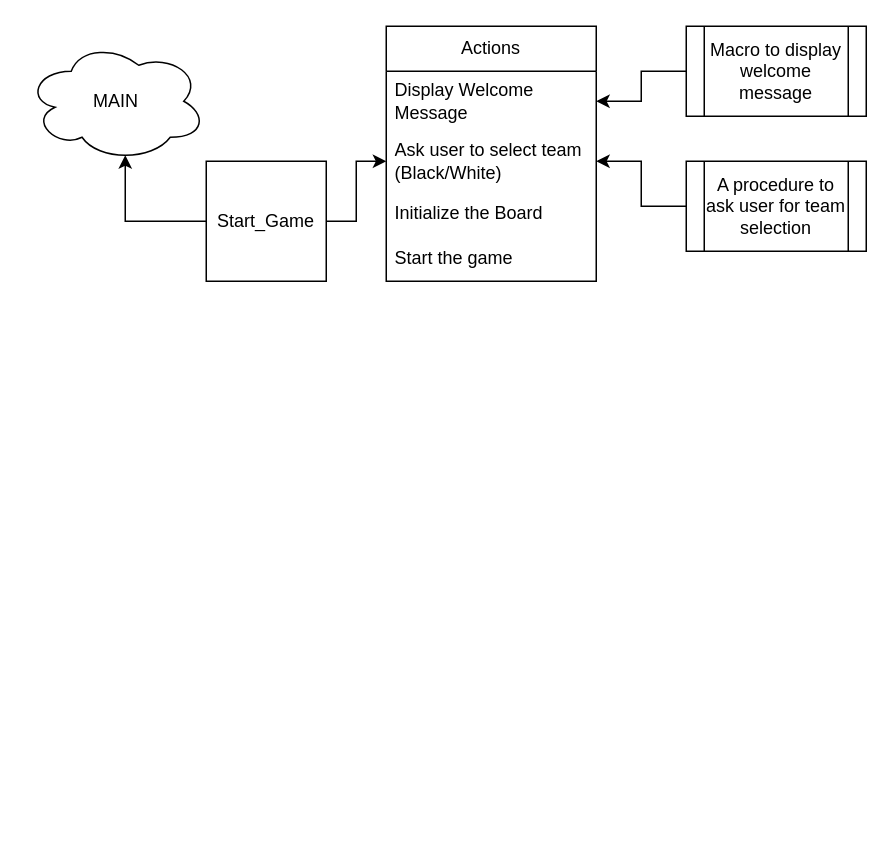
This is chess/Flow-Diagram.drawio from TalhaProgrammer92/Assembly-8086, a draw.io file, before an edit. Source tidied: cells renumbered, new cells numbered last; positions are measured from the earlier drawing's top-left corner, leaving out a move shared by most shapes. Both pictures are drawn from the tidied source at 150%, with x=0, y=0 at pixel (26, 26).
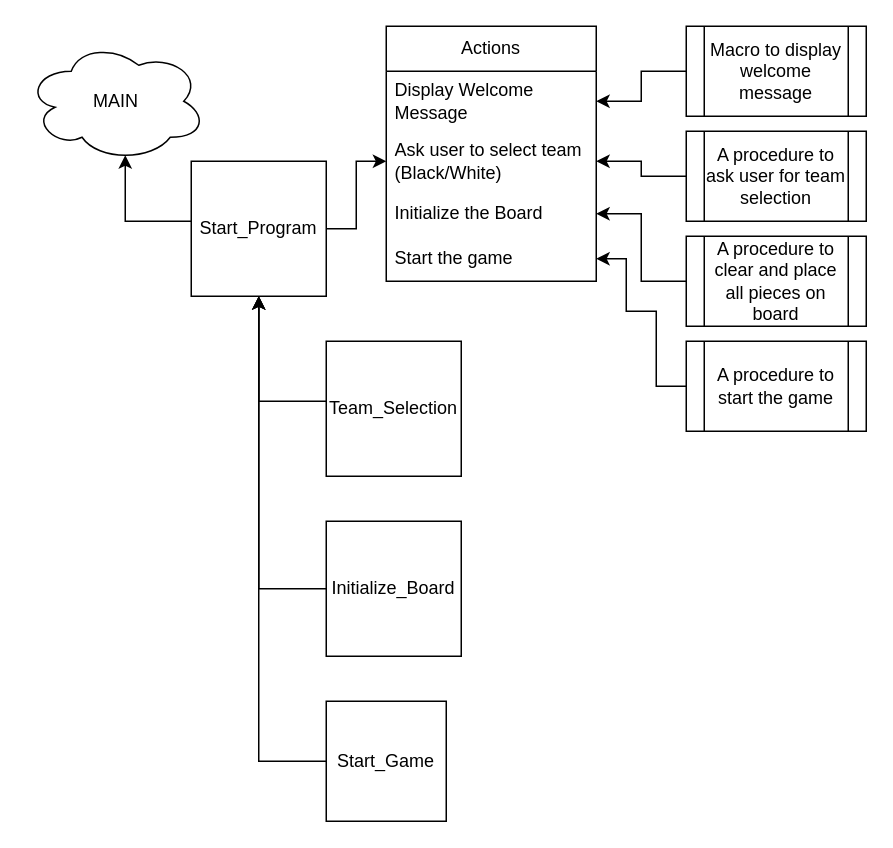
Above is the later version.

The change refers to these unchanged cells:
```xml
<mxCell id="9" value="Initialize the Board" style="text;strokeColor=none;fillColor=none;align=left;verticalAlign=middle;spacingLeft=4;spacingRight=4;overflow=hidden;points=[[0,0.5],[1,0.5]];portConstraint=eastwest;whiteSpace=wrap;html=1;" parent="6" vertex="1">
  <mxGeometry y="110" width="140" height="30" as="geometry" />
</mxCell>
<mxCell id="10" value="Start the game" style="text;strokeColor=none;fillColor=none;align=left;verticalAlign=middle;spacingLeft=4;spacingRight=4;overflow=hidden;points=[[0,0.5],[1,0.5]];portConstraint=eastwest;whiteSpace=wrap;html=1;" parent="6" vertex="1">
  <mxGeometry y="140" width="140" height="30" as="geometry" />
</mxCell>
```

Change to the diagram source:
```diff
@@
-    <mxCell id="4" value="Start_Game" style="whiteSpace=wrap;html=1;" parent="1" vertex="1">
-      <mxGeometry x="120" y="90" width="80" height="80" as="geometry" />
+    <mxCell id="4" value="Start_Program" style="whiteSpace=wrap;html=1;" parent="1" vertex="1">
+      <mxGeometry x="110" y="90" width="90" height="90" as="geometry" />
     </mxCell>
@@
     <mxCell id="14" value="A procedure to ask user for team selection" style="shape=process;whiteSpace=wrap;html=1;backgroundOutline=1;" parent="1" vertex="1">
-      <mxGeometry x="440" y="90" width="120" height="60" as="geometry" />
+      <mxGeometry x="440" y="70" width="120" height="60" as="geometry" />
     </mxCell>
+    <mxCell id="15" style="edgeStyle=orthogonalEdgeStyle;rounded=0;jettySize=auto;html=1;entryX=1;entryY=0.5;entryDx=0;entryDy=0;" parent="1" edge="1" source="16" target="9">
+      <mxGeometry relative="1" as="geometry" />
+    </mxCell>
+    <mxCell id="16" value="A procedure to clear and place all pieces on board" style="shape=process;whiteSpace=wrap;html=1;backgroundOutline=1;" parent="1" vertex="1">
+      <mxGeometry x="440" y="140" width="120" height="60" as="geometry" />
+    </mxCell>
+    <mxCell id="17" style="edgeStyle=orthogonalEdgeStyle;rounded=0;jettySize=auto;html=1;entryX=1;entryY=0.5;entryDx=0;entryDy=0;" parent="1" edge="1" source="18" target="10">
+      <mxGeometry relative="1" as="geometry">
+        <Array as="points">
+          <mxPoint x="420" y="240" />
+          <mxPoint x="420" y="190" />
+          <mxPoint x="400" y="190" />
+          <mxPoint x="400" y="155" />
+        </Array>
+      </mxGeometry>
+    </mxCell>
+    <mxCell id="18" value="A procedure to start the game" style="shape=process;whiteSpace=wrap;html=1;backgroundOutline=1;" parent="1" vertex="1">
+      <mxGeometry x="440" y="210" width="120" height="60" as="geometry" />
+    </mxCell>
+    <mxCell id="19" style="edgeStyle=orthogonalEdgeStyle;rounded=0;jettySize=auto;html=1;entryX=0.5;entryY=1;entryDx=0;entryDy=0;" parent="1" edge="1" source="20" target="4">
+      <mxGeometry relative="1" as="geometry">
+        <Array as="points">
+          <mxPoint x="155" y="250" />
+        </Array>
+      </mxGeometry>
+    </mxCell>
+    <mxCell id="20" value="Team_Selection" style="whiteSpace=wrap;html=1;" parent="1" vertex="1">
+      <mxGeometry x="200" y="210" width="90" height="90" as="geometry" />
+    </mxCell>
+    <mxCell id="21" style="edgeStyle=orthogonalEdgeStyle;rounded=0;jettySize=auto;html=1;entryX=0.5;entryY=1;entryDx=0;entryDy=0;" parent="1" edge="1" source="22" target="4">
+      <mxGeometry relative="1" as="geometry">
+        <Array as="points">
+          <mxPoint x="155" y="375" />
+        </Array>
+      </mxGeometry>
+    </mxCell>
+    <mxCell id="22" value="Initialize_Board" style="whiteSpace=wrap;html=1;" parent="1" vertex="1">
+      <mxGeometry x="200" y="330" width="90" height="90" as="geometry" />
+    </mxCell>
+    <mxCell id="23" style="edgeStyle=orthogonalEdgeStyle;rounded=0;jettySize=auto;html=1;entryX=0.5;entryY=1;entryDx=0;entryDy=0;" parent="1" edge="1" source="24" target="4">
+      <mxGeometry relative="1" as="geometry">
+        <Array as="points">
+          <mxPoint x="155" y="490" />
+        </Array>
+      </mxGeometry>
+    </mxCell>
+    <mxCell id="24" value="Start_Game" style="whiteSpace=wrap;html=1;" parent="1" vertex="1">
+      <mxGeometry x="200" y="450" width="80" height="80" as="geometry" />
+    </mxCell>
```
